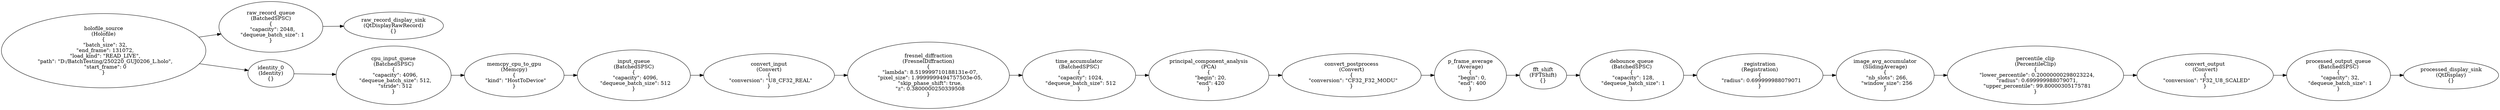
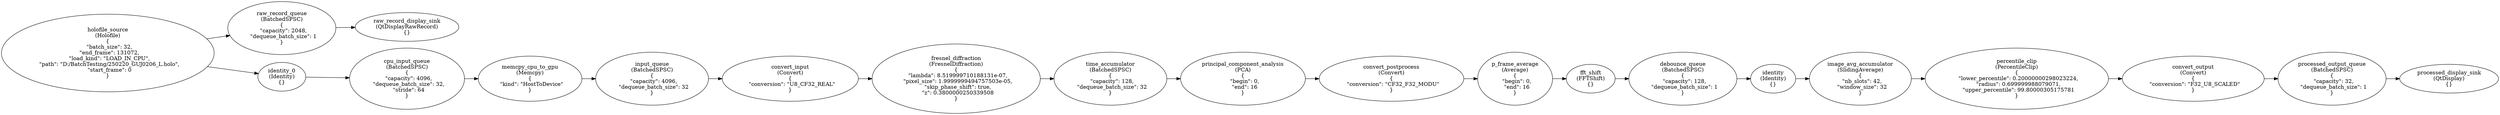
digraph G {
rankdir=LR;
0[label="holofile_source\n(Holofile)\n{
  \"batch_size\": 32,
  \"end_frame\": 131072,
-   \"load_kind\": \"READ_LIVE\",
+   \"load_kind\": \"LOAD_IN_CPU\",
  \"path\": \"D:/BatchTesting/250220_GUJ0206_L.holo\",
  \"start_frame\": 0
}"];
1[label="raw_record_queue\n(BatchedSPSC)\n{
  \"capacity\": 2048,
  \"dequeue_batch_size\": 1
}"];
2[label="raw_record_display_sink\n(QtDisplayRawRecord)\n{}"];
3[label="identity_0\n(Identity)\n{}"];
4[label="cpu_input_queue\n(BatchedSPSC)\n{
  \"capacity\": 4096,
-   \"dequeue_batch_size\": 512,
-   \"stride\": 512
+   \"dequeue_batch_size\": 32,
+   \"stride\": 64
}"];
5[label="memcpy_cpu_to_gpu\n(Memcpy)\n{
  \"kind\": \"HostToDevice\"
}"];
6[label="input_queue\n(BatchedSPSC)\n{
  \"capacity\": 4096,
-   \"dequeue_batch_size\": 512
+   \"dequeue_batch_size\": 32
}"];
7[label="convert_input\n(Convert)\n{
  \"conversion\": \"U8_CF32_REAL\"
}"];
8[label="fresnel_diffraction\n(FresnelDiffraction)\n{
  \"lambda\": 8.519999710188131e-07,
  \"pixel_size\": 1.9999999494757503e-05,
  \"skip_phase_shift\": true,
  \"z\": 0.3800000250339508
}"];
9[label="time_accumulator\n(BatchedSPSC)\n{
-   \"capacity\": 1024,
-   \"dequeue_batch_size\": 512
+   \"capacity\": 128,
+   \"dequeue_batch_size\": 32
}"];
10[label="principal_component_analysis\n(PCA)\n{
-   \"begin\": 20,
-   \"end\": 420
+   \"begin\": 0,
+   \"end\": 16
}"];
11[label="convert_postprocess\n(Convert)\n{
  \"conversion\": \"CF32_F32_MODU\"
}"];
12[label="p_frame_average\n(Average)\n{
  \"begin\": 0,
-   \"end\": 400
+   \"end\": 16
}"];
13[label="fft_shift\n(FFTShift)\n{}"];
14[label="debounce_queue\n(BatchedSPSC)\n{
  \"capacity\": 128,
  \"dequeue_batch_size\": 1
}"];
- 15[label="registration\n(Registration)\n{
-   \"radius\": 0.699999988079071
- }"];
+ 15[label="identity\n(Identity)\n{}"];
16[label="image_avg_accumulator\n(SlidingAverage)\n{
-   \"nb_slots\": 266,
-   \"window_size\": 256
+   \"nb_slots\": 42,
+   \"window_size\": 32
}"];
17[label="percentile_clip\n(PercentileClip)\n{
  \"lower_percentile\": 0.20000000298023224,
  \"radius\": 0.699999988079071,
  \"upper_percentile\": 99.80000305175781
}"];
18[label="convert_output\n(Convert)\n{
  \"conversion\": \"F32_U8_SCALED\"
}"];
19[label="processed_output_queue\n(BatchedSPSC)\n{
  \"capacity\": 32,
  \"dequeue_batch_size\": 1
}"];
20[label="processed_display_sink\n(QtDisplay)\n{}"];
0->1 ;
0->3 ;
1->2 ;
3->4 ;
4->5 ;
5->6 ;
6->7 ;
7->8 ;
8->9 ;
9->10 ;
10->11 ;
11->12 ;
12->13 ;
13->14 ;
14->15 ;
15->16 ;
16->17 ;
17->18 ;
18->19 ;
19->20 ;
}
